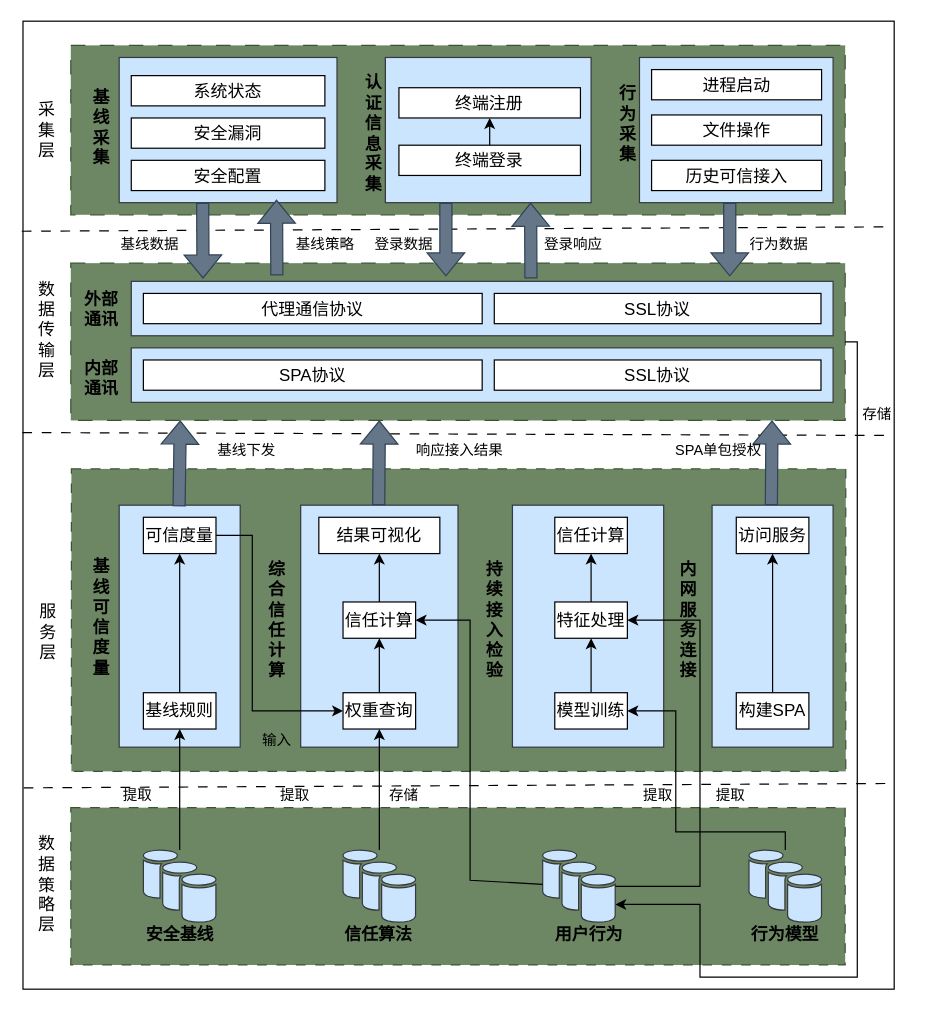
Earlier version of the draw.io diagram testDirectory/零信任可信接入系统架构图.drawio (Moose1273/-). Source tidied: cells renumbered, new cells numbered last; positions are measured from the earlier drawing's top-left corner, leaving out a move shared by most shapes. Both pictures are drawn from the tidied source at 121%, with x=0, y=0 at pixel (22, 21).
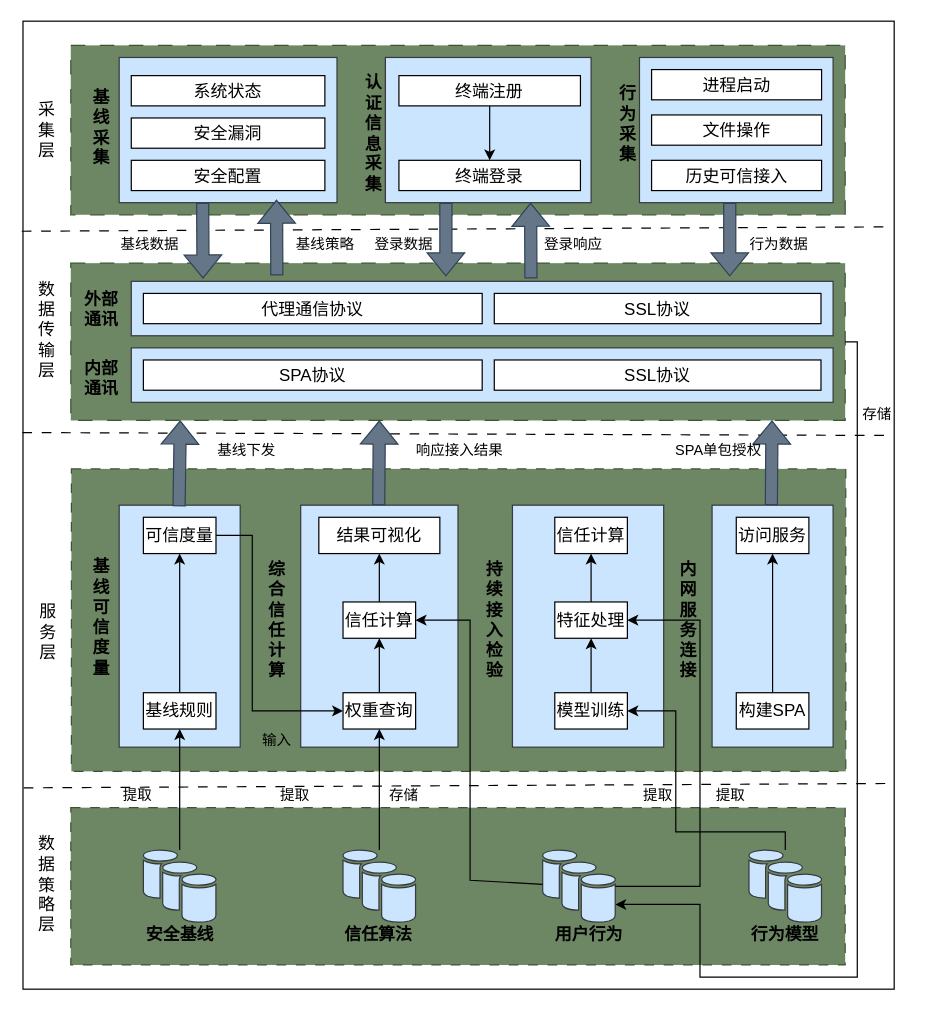
The same page after the edit.

Commit message:
更新零信任可信接入系统架构图.drawio

The edit, as a diff of the source:
```diff
@@
+    <mxCell id="100" style="edgeStyle=orthogonalEdgeStyle;rounded=0;jettySize=auto;html=1;exitX=0.5;exitY=1;exitDx=0;exitDy=0;entryX=0.5;entryY=0;entryDx=0;entryDy=0;" parent="1" edge="1" source="18" target="32">
+      <mxGeometry relative="1" as="geometry" />
+    </mxCell>
     <mxCell id="18" value="终端注册" style="rounded=0;whiteSpace=wrap;html=1;fontSize=14;" parent="1" vertex="1">
-      <mxGeometry x="311.2" y="55" width="150" height="25" as="geometry" />
+      <mxGeometry x="311.2" y="45" width="150" height="25" as="geometry" />
     </mxCell>
@@
-    <mxCell id="31" style="edgeStyle=orthogonalEdgeStyle;rounded=0;jettySize=auto;html=1;" parent="1" edge="1" source="32" target="18">
-      <mxGeometry relative="1" as="geometry" />
-    </mxCell>
     <mxCell id="32" value="终端登录" style="rounded=0;whiteSpace=wrap;html=1;fontSize=14;" parent="1" vertex="1">
-      <mxGeometry x="311.2" y="102.5" width="150" height="25" as="geometry" />
+      <mxGeometry x="311.2" y="115" width="150" height="25" as="geometry" />
     </mxCell>
```
